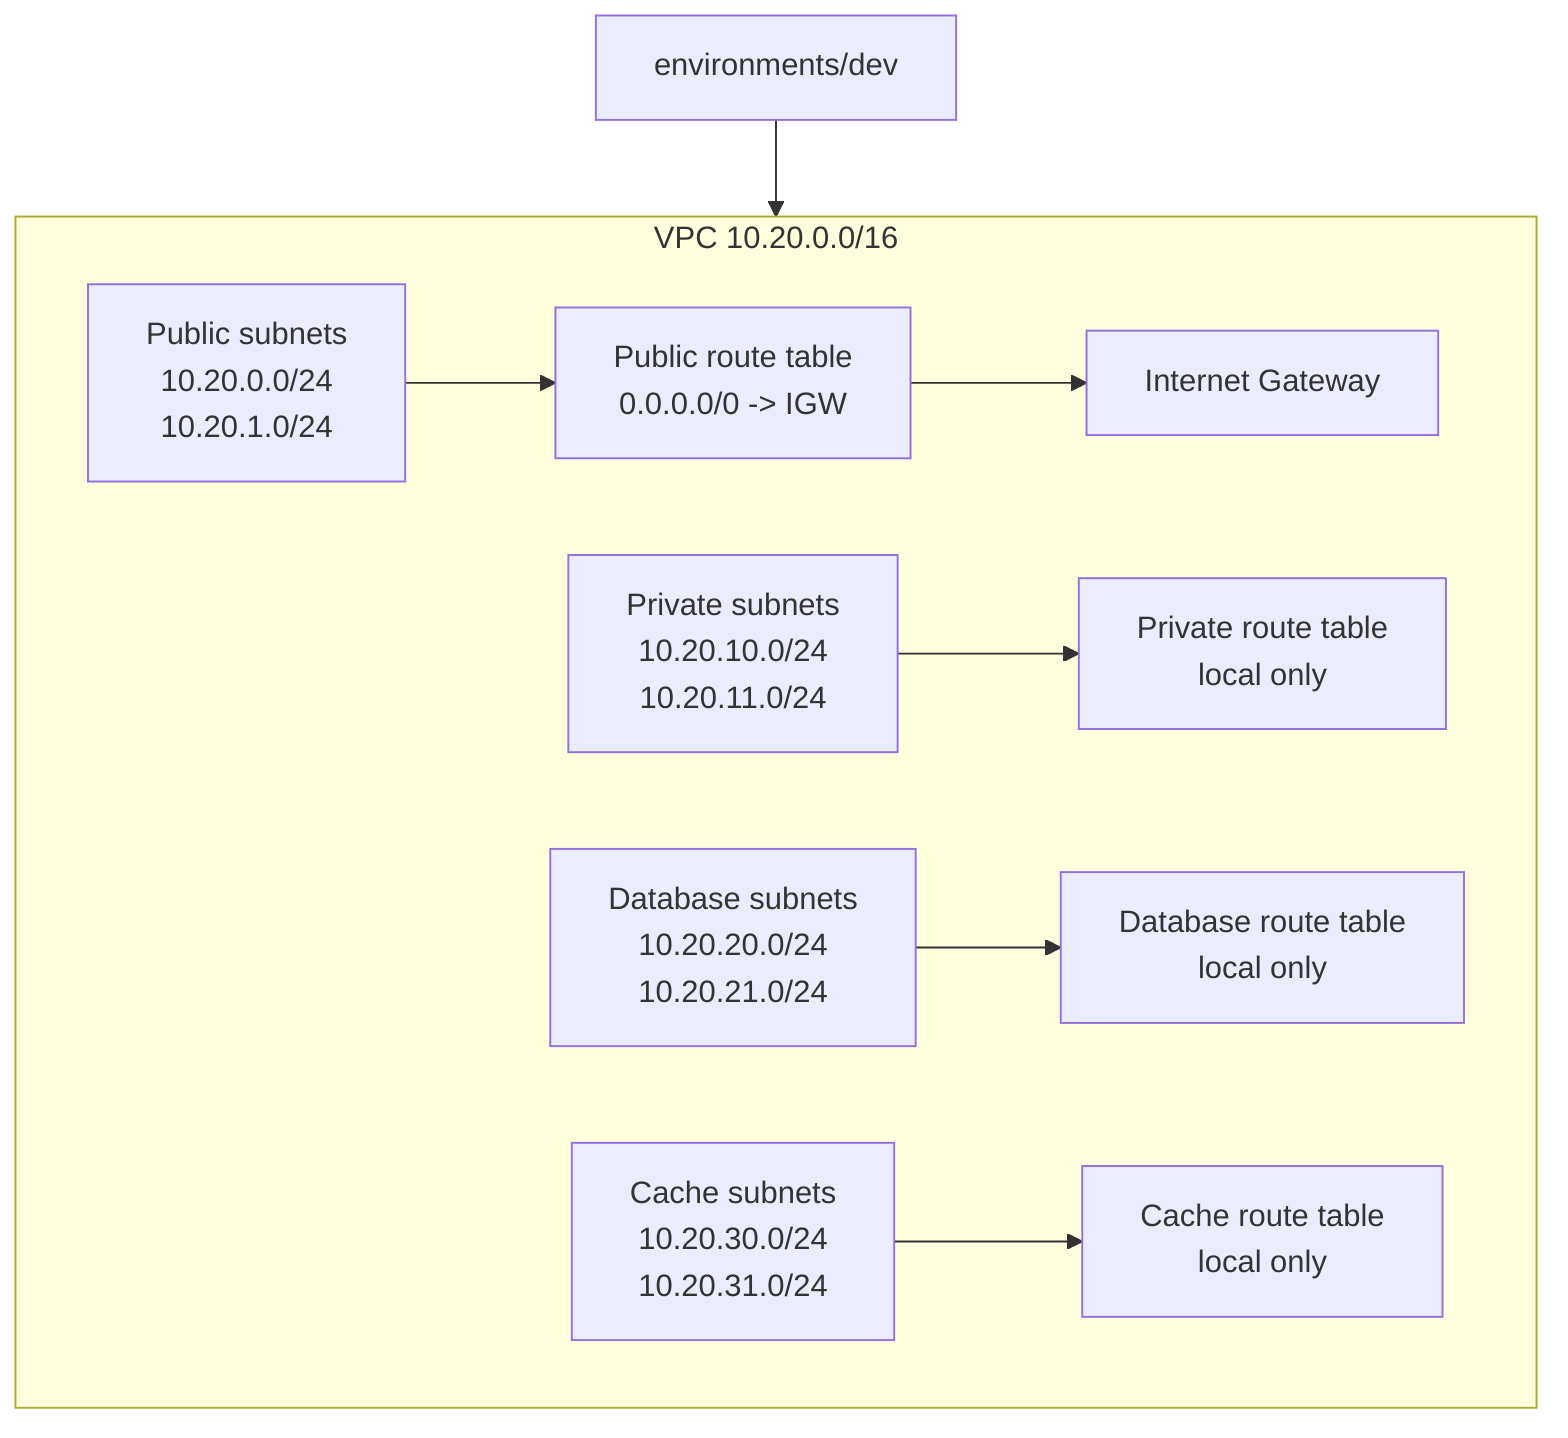
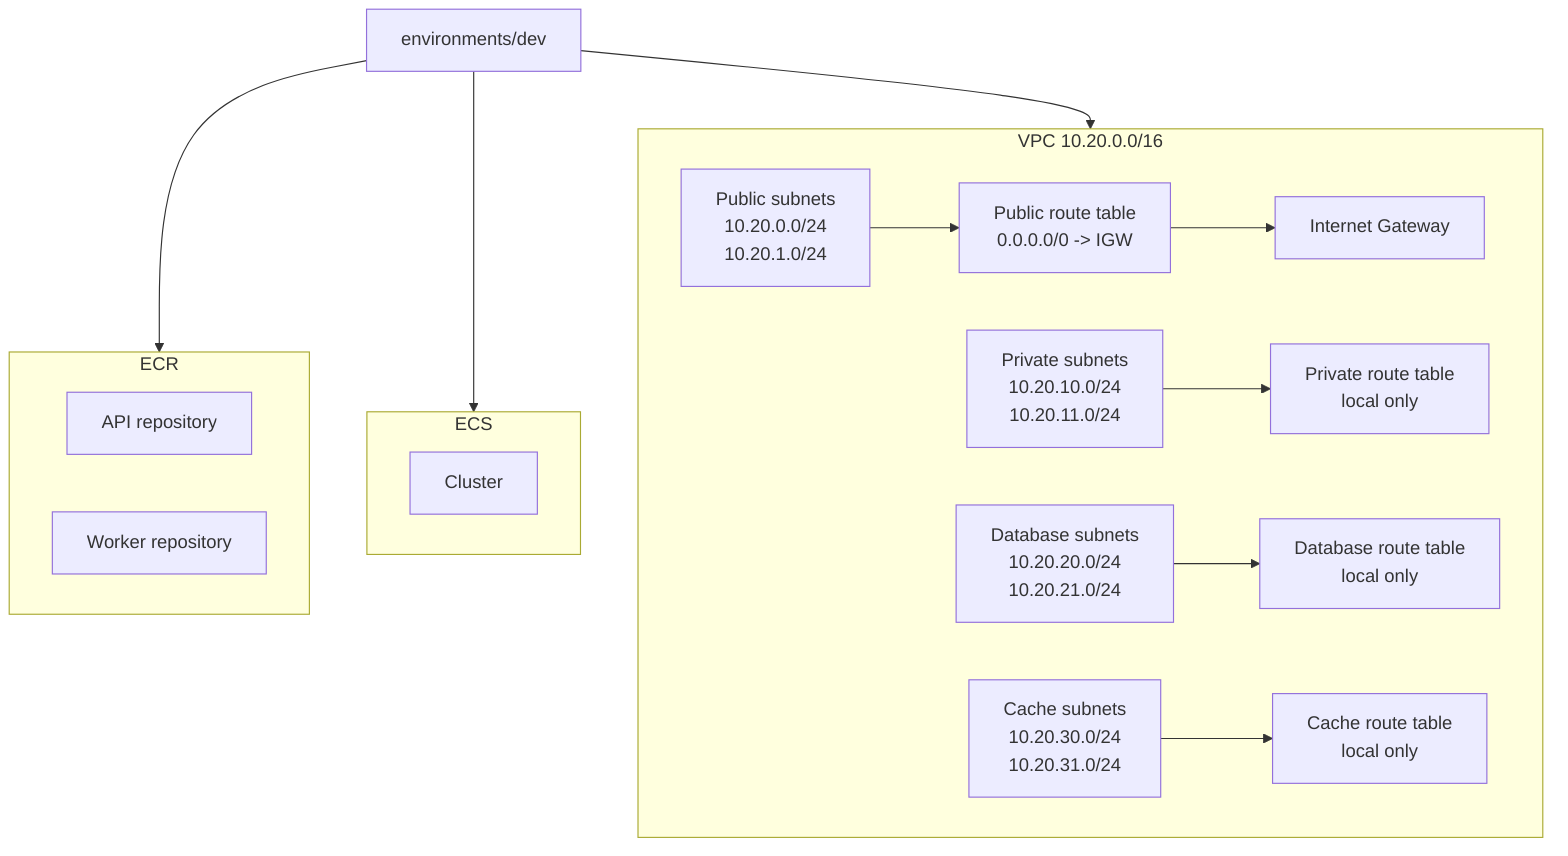
flowchart TB
  root["environments/dev"]
+ 
+   subgraph ecr["ECR"]
+     api_repo["API repository"]
+     worker_repo["Worker repository"]
+   end
+ 
+   subgraph ecs["ECS"]
+     cluster["Cluster"]
+   end

  subgraph vpc["VPC 10.20.0.0/16"]
    igw["Internet Gateway"]

    public["Public subnets\n10.20.0.0/24\n10.20.1.0/24"]
    private["Private subnets\n10.20.10.0/24\n10.20.11.0/24"]
    database["Database subnets\n10.20.20.0/24\n10.20.21.0/24"]
    cache["Cache subnets\n10.20.30.0/24\n10.20.31.0/24"]

    public_rt["Public route table\n0.0.0.0/0 -> IGW"]
    private_rt["Private route table\nlocal only"]
    database_rt["Database route table\nlocal only"]
    cache_rt["Cache route table\nlocal only"]
  end

+   root --> ecr
+   root --> ecs
  root --> vpc
  public --> public_rt
  public_rt --> igw
  private --> private_rt
  database --> database_rt
  cache --> cache_rt
